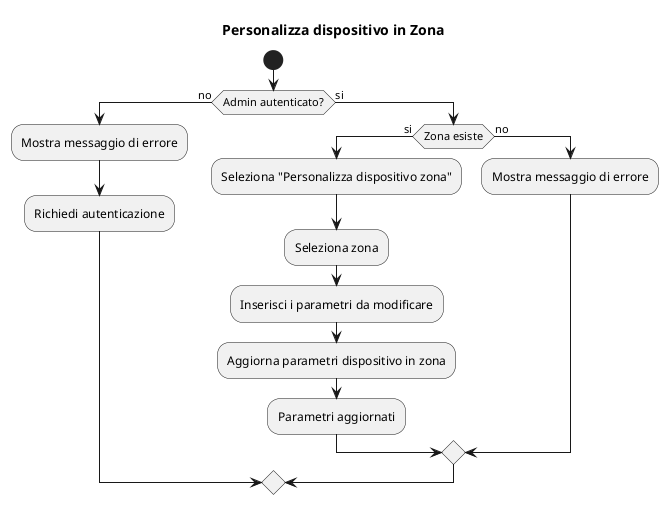
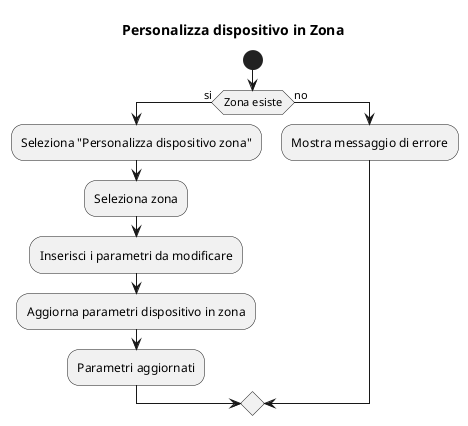
@startuml personalizzadispositivozona
title Personalizza dispositivo in Zona

start
- if (Admin autenticato?) then (no)
+ 
+ if (Zona esiste) then (si)
+     :Seleziona "Personalizza dispositivo zona";
+     :Seleziona zona;
+     :Inserisci i parametri da modificare;
+     :Aggiorna parametri dispositivo in zona;
+     :Parametri aggiornati;
+ else (no)
    :Mostra messaggio di errore;
-     :Richiedi autenticazione;
- 
- else (si)
-     if (Zona esiste) then (si)
-         :Seleziona "Personalizza dispositivo zona";
-         :Seleziona zona;
-         :Inserisci i parametri da modificare;
-         :Aggiorna parametri dispositivo in zona;
-         :Parametri aggiornati;
-     else (no)
-         :Mostra messaggio di errore;
-     endif
@enduml